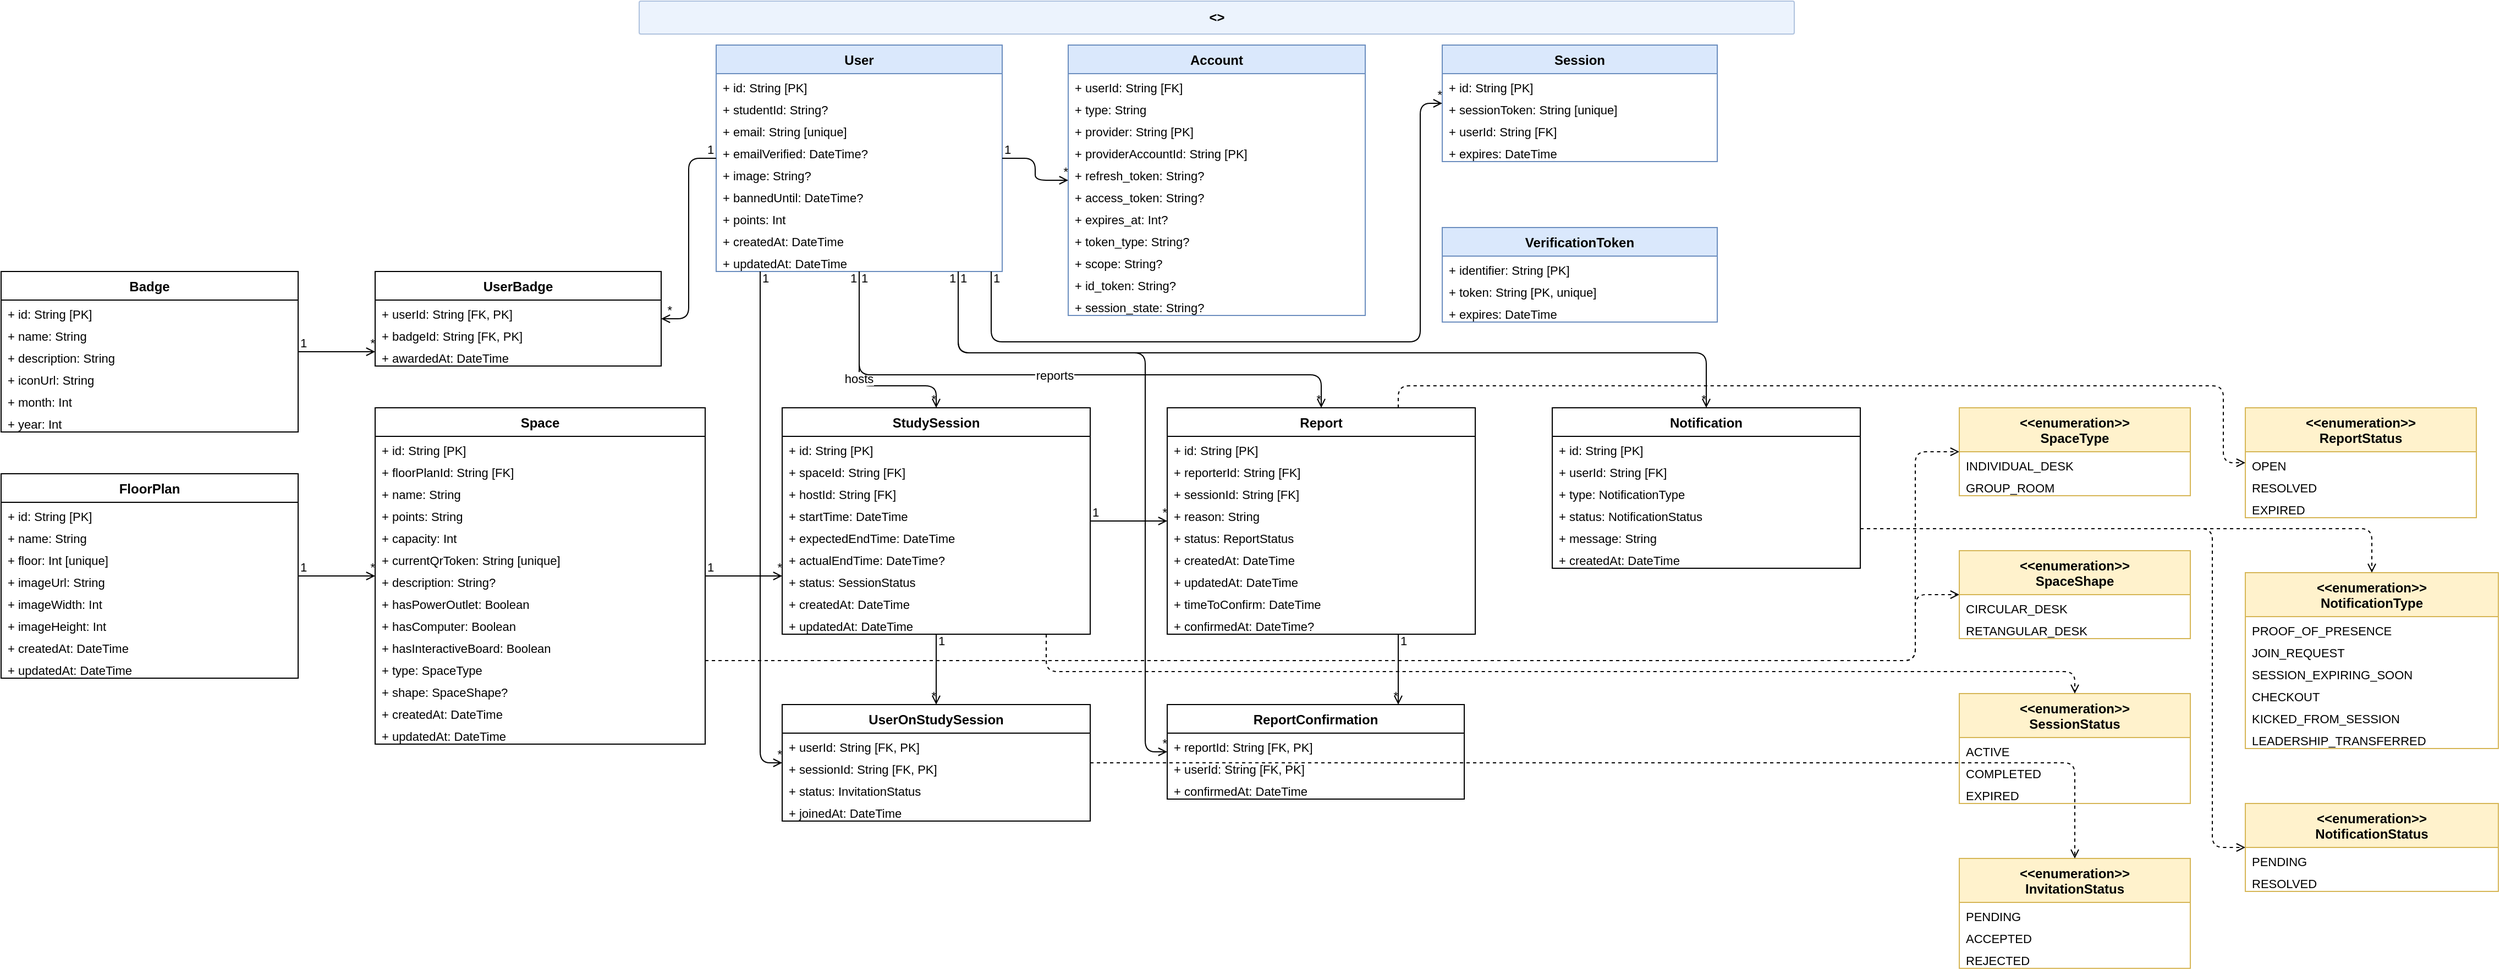
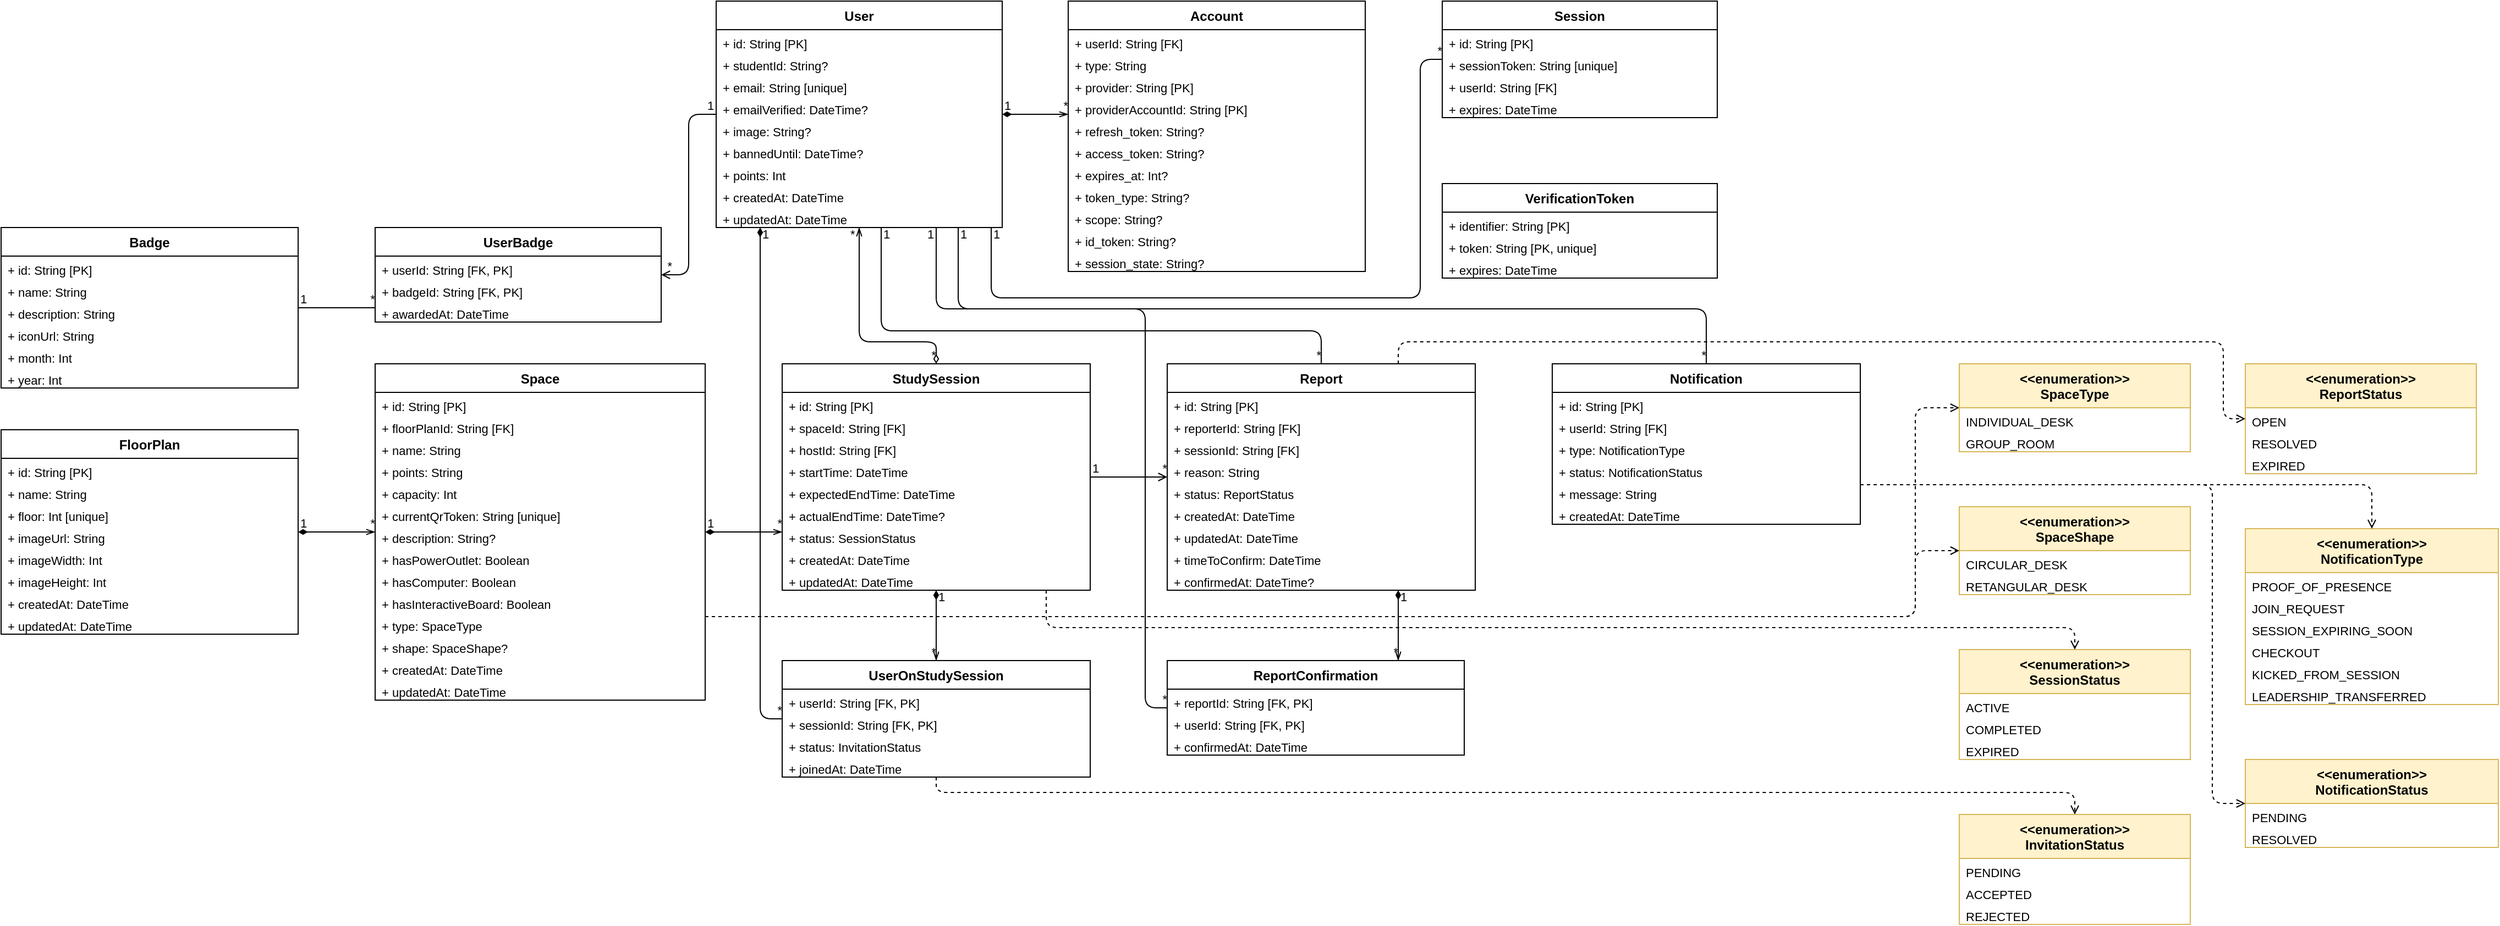
<mxfile host="65bd71144e">
    <diagram id="DdnBWMuHCvRa-rjZU-N_" name="Page-1">
-         <mxGraphModel dx="1060" dy="641" grid="1" gridSize="10" guides="1" tooltips="1" connect="1" arrows="1" fold="1" page="1" pageScale="1" pageWidth="2339" pageHeight="1654" math="0" shadow="0">
+         <mxGraphModel dx="1045" dy="518" grid="1" gridSize="10" guides="1" tooltips="1" connect="1" arrows="1" fold="1" page="1" pageScale="1" pageWidth="2339" pageHeight="1654" math="0" shadow="0">
            <root>
                <mxCell id="0"/>
                <mxCell id="1" parent="0"/>
-                 <mxCell id="767" value="&lt;&lt;NextAuth&gt;&gt;" style="text;html=1;strokeColor=#6c8ebf;fillColor=#dae8fc;align=center;verticalAlign=middle;whiteSpace=wrap;rounded=1;arcSize=5;fontSize=12;fontStyle=3;opacity=50;" vertex="1" parent="1">
-                     <mxGeometry x="650" y="30" width="1050" height="30" as="geometry"/>
-                 </mxCell>
-                 <mxCell id="768" value="User" style="swimlane;fontStyle=1;align=center;startSize=26;fillColor=#dae8fc;strokeColor=#6c8ebf;" vertex="1" parent="1">
+                 <mxCell id="768" value="User" style="swimlane;fontStyle=1;align=center;startSize=26;" vertex="1" parent="1">
                    <mxGeometry x="720" y="70" width="260" height="206" as="geometry"/>
                </mxCell>
                <mxCell id="769" value="+ id: String [PK]" style="text;strokeColor=none;fillColor=none;align=left;spacingLeft=4;fontSize=11;" vertex="1" parent="768">
                    <mxGeometry y="26" width="260" height="20" as="geometry"/>
                </mxCell>
                <mxCell id="770" value="+ studentId: String?" style="text;strokeColor=none;fillColor=none;align=left;spacingLeft=4;fontSize=11;" vertex="1" parent="768">
                    <mxGeometry y="46" width="260" height="20" as="geometry"/>
                </mxCell>
                <mxCell id="771" value="+ email: String [unique]" style="text;strokeColor=none;fillColor=none;align=left;spacingLeft=4;fontSize=11;" vertex="1" parent="768">
                    <mxGeometry y="66" width="260" height="20" as="geometry"/>
                </mxCell>
                <mxCell id="772" value="+ emailVerified: DateTime?" style="text;strokeColor=none;fillColor=none;align=left;spacingLeft=4;fontSize=11;" vertex="1" parent="768">
                    <mxGeometry y="86" width="260" height="20" as="geometry"/>
                </mxCell>
                <mxCell id="773" value="+ image: String?" style="text;strokeColor=none;fillColor=none;align=left;spacingLeft=4;fontSize=11;" vertex="1" parent="768">
                    <mxGeometry y="106" width="260" height="20" as="geometry"/>
                </mxCell>
                <mxCell id="774" value="+ bannedUntil: DateTime?" style="text;strokeColor=none;fillColor=none;align=left;spacingLeft=4;fontSize=11;" vertex="1" parent="768">
                    <mxGeometry y="126" width="260" height="20" as="geometry"/>
                </mxCell>
                <mxCell id="775" value="+ points: Int" style="text;strokeColor=none;fillColor=none;align=left;spacingLeft=4;fontSize=11;" vertex="1" parent="768">
                    <mxGeometry y="146" width="260" height="20" as="geometry"/>
                </mxCell>
                <mxCell id="776" value="+ createdAt: DateTime" style="text;strokeColor=none;fillColor=none;align=left;spacingLeft=4;fontSize=11;" vertex="1" parent="768">
                    <mxGeometry y="166" width="260" height="20" as="geometry"/>
                </mxCell>
                <mxCell id="777" value="+ updatedAt: DateTime" style="text;strokeColor=none;fillColor=none;align=left;spacingLeft=4;fontSize=11;" vertex="1" parent="768">
                    <mxGeometry y="186" width="260" height="20" as="geometry"/>
                </mxCell>
-                 <mxCell id="778" value="Account" style="swimlane;fontStyle=1;align=center;startSize=26;fillColor=#dae8fc;strokeColor=#6c8ebf;" vertex="1" parent="1">
+                 <mxCell id="778" value="Account" style="swimlane;fontStyle=1;align=center;startSize=26;" vertex="1" parent="1">
                    <mxGeometry x="1040" y="70" width="270" height="246" as="geometry"/>
                </mxCell>
                <mxCell id="779" value="+ userId: String [FK]" style="text;strokeColor=none;fillColor=none;align=left;spacingLeft=4;fontSize=11;" vertex="1" parent="778">
                    <mxGeometry y="26" width="270" height="20" as="geometry"/>
                </mxCell>
                <mxCell id="780" value="+ type: String" style="text;strokeColor=none;fillColor=none;align=left;spacingLeft=4;fontSize=11;" vertex="1" parent="778">
                    <mxGeometry y="46" width="270" height="20" as="geometry"/>
                </mxCell>
                <mxCell id="781" value="+ provider: String [PK]" style="text;strokeColor=none;fillColor=none;align=left;spacingLeft=4;fontSize=11;" vertex="1" parent="778">
                    <mxGeometry y="66" width="270" height="20" as="geometry"/>
                </mxCell>
                <mxCell id="782" value="+ providerAccountId: String [PK]" style="text;strokeColor=none;fillColor=none;align=left;spacingLeft=4;fontSize=11;" vertex="1" parent="778">
                    <mxGeometry y="86" width="270" height="20" as="geometry"/>
                </mxCell>
                <mxCell id="783" value="+ refresh_token: String?" style="text;strokeColor=none;fillColor=none;align=left;spacingLeft=4;fontSize=11;" vertex="1" parent="778">
                    <mxGeometry y="106" width="270" height="20" as="geometry"/>
                </mxCell>
                <mxCell id="784" value="+ access_token: String?" style="text;strokeColor=none;fillColor=none;align=left;spacingLeft=4;fontSize=11;" vertex="1" parent="778">
                    <mxGeometry y="126" width="270" height="20" as="geometry"/>
                </mxCell>
                <mxCell id="785" value="+ expires_at: Int?" style="text;strokeColor=none;fillColor=none;align=left;spacingLeft=4;fontSize=11;" vertex="1" parent="778">
                    <mxGeometry y="146" width="270" height="20" as="geometry"/>
                </mxCell>
                <mxCell id="786" value="+ token_type: String?" style="text;strokeColor=none;fillColor=none;align=left;spacingLeft=4;fontSize=11;" vertex="1" parent="778">
                    <mxGeometry y="166" width="270" height="20" as="geometry"/>
                </mxCell>
                <mxCell id="787" value="+ scope: String?" style="text;strokeColor=none;fillColor=none;align=left;spacingLeft=4;fontSize=11;" vertex="1" parent="778">
                    <mxGeometry y="186" width="270" height="20" as="geometry"/>
                </mxCell>
                <mxCell id="788" value="+ id_token: String?" style="text;strokeColor=none;fillColor=none;align=left;spacingLeft=4;fontSize=11;" vertex="1" parent="778">
                    <mxGeometry y="206" width="270" height="20" as="geometry"/>
                </mxCell>
                <mxCell id="789" value="+ session_state: String?" style="text;strokeColor=none;fillColor=none;align=left;spacingLeft=4;fontSize=11;" vertex="1" parent="778">
                    <mxGeometry y="226" width="270" height="20" as="geometry"/>
                </mxCell>
-                 <mxCell id="790" value="Session" style="swimlane;fontStyle=1;align=center;startSize=26;fillColor=#dae8fc;strokeColor=#6c8ebf;" vertex="1" parent="1">
+                 <mxCell id="790" value="Session" style="swimlane;fontStyle=1;align=center;startSize=26;" vertex="1" parent="1">
                    <mxGeometry x="1380" y="70" width="250" height="106" as="geometry"/>
                </mxCell>
                <mxCell id="791" value="+ id: String [PK]" style="text;strokeColor=none;fillColor=none;align=left;spacingLeft=4;fontSize=11;" vertex="1" parent="790">
                    <mxGeometry y="26" width="250" height="20" as="geometry"/>
                </mxCell>
                <mxCell id="792" value="+ sessionToken: String [unique]" style="text;strokeColor=none;fillColor=none;align=left;spacingLeft=4;fontSize=11;" vertex="1" parent="790">
                    <mxGeometry y="46" width="250" height="20" as="geometry"/>
                </mxCell>
                <mxCell id="793" value="+ userId: String [FK]" style="text;strokeColor=none;fillColor=none;align=left;spacingLeft=4;fontSize=11;" vertex="1" parent="790">
                    <mxGeometry y="66" width="250" height="20" as="geometry"/>
                </mxCell>
                <mxCell id="794" value="+ expires: DateTime" style="text;strokeColor=none;fillColor=none;align=left;spacingLeft=4;fontSize=11;" vertex="1" parent="790">
                    <mxGeometry y="86" width="250" height="20" as="geometry"/>
                </mxCell>
-                 <mxCell id="795" value="VerificationToken" style="swimlane;fontStyle=1;align=center;startSize=26;fillColor=#dae8fc;strokeColor=#6c8ebf;" vertex="1" parent="1">
+                 <mxCell id="795" value="VerificationToken" style="swimlane;fontStyle=1;align=center;startSize=26;" vertex="1" parent="1">
                    <mxGeometry x="1380" y="236" width="250" height="86" as="geometry"/>
                </mxCell>
                <mxCell id="796" value="+ identifier: String [PK]" style="text;strokeColor=none;fillColor=none;align=left;spacingLeft=4;fontSize=11;" vertex="1" parent="795">
                    <mxGeometry y="26" width="250" height="20" as="geometry"/>
                </mxCell>
                <mxCell id="797" value="+ token: String [PK, unique]" style="text;strokeColor=none;fillColor=none;align=left;spacingLeft=4;fontSize=11;" vertex="1" parent="795">
                    <mxGeometry y="46" width="250" height="20" as="geometry"/>
                </mxCell>
                <mxCell id="798" value="+ expires: DateTime" style="text;strokeColor=none;fillColor=none;align=left;spacingLeft=4;fontSize=11;" vertex="1" parent="795">
                    <mxGeometry y="66" width="250" height="20" as="geometry"/>
                </mxCell>
                <mxCell id="799" value="FloorPlan" style="swimlane;fontStyle=1;align=center;startSize=26;" vertex="1" parent="1">
                    <mxGeometry x="70" y="460" width="270" height="186" as="geometry"/>
                </mxCell>
                <mxCell id="800" value="+ id: String [PK]" style="text;strokeColor=none;fillColor=none;align=left;spacingLeft=4;fontSize=11;" vertex="1" parent="799">
                    <mxGeometry y="26" width="270" height="20" as="geometry"/>
                </mxCell>
                <mxCell id="801" value="+ name: String" style="text;strokeColor=none;fillColor=none;align=left;spacingLeft=4;fontSize=11;" vertex="1" parent="799">
                    <mxGeometry y="46" width="270" height="20" as="geometry"/>
                </mxCell>
                <mxCell id="802" value="+ floor: Int [unique]" style="text;strokeColor=none;fillColor=none;align=left;spacingLeft=4;fontSize=11;" vertex="1" parent="799">
                    <mxGeometry y="66" width="270" height="20" as="geometry"/>
                </mxCell>
                <mxCell id="803" value="+ imageUrl: String" style="text;strokeColor=none;fillColor=none;align=left;spacingLeft=4;fontSize=11;" vertex="1" parent="799">
                    <mxGeometry y="86" width="270" height="20" as="geometry"/>
                </mxCell>
                <mxCell id="804" value="+ imageWidth: Int" style="text;strokeColor=none;fillColor=none;align=left;spacingLeft=4;fontSize=11;" vertex="1" parent="799">
                    <mxGeometry y="106" width="270" height="20" as="geometry"/>
                </mxCell>
                <mxCell id="805" value="+ imageHeight: Int" style="text;strokeColor=none;fillColor=none;align=left;spacingLeft=4;fontSize=11;" vertex="1" parent="799">
                    <mxGeometry y="126" width="270" height="20" as="geometry"/>
                </mxCell>
                <mxCell id="806" value="+ createdAt: DateTime" style="text;strokeColor=none;fillColor=none;align=left;spacingLeft=4;fontSize=11;" vertex="1" parent="799">
                    <mxGeometry y="146" width="270" height="20" as="geometry"/>
                </mxCell>
                <mxCell id="807" value="+ updatedAt: DateTime" style="text;strokeColor=none;fillColor=none;align=left;spacingLeft=4;fontSize=11;" vertex="1" parent="799">
                    <mxGeometry y="166" width="270" height="20" as="geometry"/>
                </mxCell>
                <mxCell id="808" value="Space" style="swimlane;fontStyle=1;align=center;startSize=26;" vertex="1" parent="1">
                    <mxGeometry x="410" y="400" width="300" height="306" as="geometry"/>
                </mxCell>
                <mxCell id="809" value="+ id: String [PK]" style="text;strokeColor=none;fillColor=none;align=left;spacingLeft=4;fontSize=11;" vertex="1" parent="808">
                    <mxGeometry y="26" width="300" height="20" as="geometry"/>
                </mxCell>
                <mxCell id="810" value="+ floorPlanId: String [FK]" style="text;strokeColor=none;fillColor=none;align=left;spacingLeft=4;fontSize=11;" vertex="1" parent="808">
                    <mxGeometry y="46" width="300" height="20" as="geometry"/>
                </mxCell>
                <mxCell id="811" value="+ name: String" style="text;strokeColor=none;fillColor=none;align=left;spacingLeft=4;fontSize=11;" vertex="1" parent="808">
                    <mxGeometry y="66" width="300" height="20" as="geometry"/>
                </mxCell>
                <mxCell id="812" value="+ points: String" style="text;strokeColor=none;fillColor=none;align=left;spacingLeft=4;fontSize=11;" vertex="1" parent="808">
                    <mxGeometry y="86" width="300" height="20" as="geometry"/>
                </mxCell>
                <mxCell id="813" value="+ capacity: Int" style="text;strokeColor=none;fillColor=none;align=left;spacingLeft=4;fontSize=11;" vertex="1" parent="808">
                    <mxGeometry y="106" width="300" height="20" as="geometry"/>
                </mxCell>
                <mxCell id="814" value="+ currentQrToken: String [unique]" style="text;strokeColor=none;fillColor=none;align=left;spacingLeft=4;fontSize=11;" vertex="1" parent="808">
                    <mxGeometry y="126" width="300" height="20" as="geometry"/>
                </mxCell>
                <mxCell id="815" value="+ description: String?" style="text;strokeColor=none;fillColor=none;align=left;spacingLeft=4;fontSize=11;" vertex="1" parent="808">
                    <mxGeometry y="146" width="300" height="20" as="geometry"/>
                </mxCell>
                <mxCell id="816" value="+ hasPowerOutlet: Boolean" style="text;strokeColor=none;fillColor=none;align=left;spacingLeft=4;fontSize=11;" vertex="1" parent="808">
                    <mxGeometry y="166" width="300" height="20" as="geometry"/>
                </mxCell>
                <mxCell id="817" value="+ hasComputer: Boolean" style="text;strokeColor=none;fillColor=none;align=left;spacingLeft=4;fontSize=11;" vertex="1" parent="808">
                    <mxGeometry y="186" width="300" height="20" as="geometry"/>
                </mxCell>
                <mxCell id="818" value="+ hasInteractiveBoard: Boolean" style="text;strokeColor=none;fillColor=none;align=left;spacingLeft=4;fontSize=11;" vertex="1" parent="808">
                    <mxGeometry y="206" width="300" height="20" as="geometry"/>
                </mxCell>
                <mxCell id="819" value="+ type: SpaceType" style="text;strokeColor=none;fillColor=none;align=left;spacingLeft=4;fontSize=11;" vertex="1" parent="808">
                    <mxGeometry y="226" width="300" height="20" as="geometry"/>
                </mxCell>
                <mxCell id="820" value="+ shape: SpaceShape?" style="text;strokeColor=none;fillColor=none;align=left;spacingLeft=4;fontSize=11;" vertex="1" parent="808">
                    <mxGeometry y="246" width="300" height="20" as="geometry"/>
                </mxCell>
                <mxCell id="821" value="+ createdAt: DateTime" style="text;strokeColor=none;fillColor=none;align=left;spacingLeft=4;fontSize=11;" vertex="1" parent="808">
                    <mxGeometry y="266" width="300" height="20" as="geometry"/>
                </mxCell>
                <mxCell id="822" value="+ updatedAt: DateTime" style="text;strokeColor=none;fillColor=none;align=left;spacingLeft=4;fontSize=11;" vertex="1" parent="808">
                    <mxGeometry y="286" width="300" height="20" as="geometry"/>
                </mxCell>
                <mxCell id="823" value="StudySession" style="swimlane;fontStyle=1;align=center;startSize=26;" vertex="1" parent="1">
                    <mxGeometry x="780" y="400" width="280" height="206" as="geometry"/>
                </mxCell>
                <mxCell id="824" value="+ id: String [PK]" style="text;strokeColor=none;fillColor=none;align=left;spacingLeft=4;fontSize=11;" vertex="1" parent="823">
                    <mxGeometry y="26" width="280" height="20" as="geometry"/>
                </mxCell>
                <mxCell id="825" value="+ spaceId: String [FK]" style="text;strokeColor=none;fillColor=none;align=left;spacingLeft=4;fontSize=11;" vertex="1" parent="823">
                    <mxGeometry y="46" width="280" height="20" as="geometry"/>
                </mxCell>
                <mxCell id="826" value="+ hostId: String [FK]" style="text;strokeColor=none;fillColor=none;align=left;spacingLeft=4;fontSize=11;" vertex="1" parent="823">
                    <mxGeometry y="66" width="280" height="20" as="geometry"/>
                </mxCell>
                <mxCell id="827" value="+ startTime: DateTime" style="text;strokeColor=none;fillColor=none;align=left;spacingLeft=4;fontSize=11;" vertex="1" parent="823">
                    <mxGeometry y="86" width="280" height="20" as="geometry"/>
                </mxCell>
                <mxCell id="828" value="+ expectedEndTime: DateTime" style="text;strokeColor=none;fillColor=none;align=left;spacingLeft=4;fontSize=11;" vertex="1" parent="823">
                    <mxGeometry y="106" width="280" height="20" as="geometry"/>
                </mxCell>
                <mxCell id="829" value="+ actualEndTime: DateTime?" style="text;strokeColor=none;fillColor=none;align=left;spacingLeft=4;fontSize=11;" vertex="1" parent="823">
                    <mxGeometry y="126" width="280" height="20" as="geometry"/>
                </mxCell>
                <mxCell id="830" value="+ status: SessionStatus" style="text;strokeColor=none;fillColor=none;align=left;spacingLeft=4;fontSize=11;" vertex="1" parent="823">
                    <mxGeometry y="146" width="280" height="20" as="geometry"/>
                </mxCell>
                <mxCell id="831" value="+ createdAt: DateTime" style="text;strokeColor=none;fillColor=none;align=left;spacingLeft=4;fontSize=11;" vertex="1" parent="823">
                    <mxGeometry y="166" width="280" height="20" as="geometry"/>
                </mxCell>
                <mxCell id="832" value="+ updatedAt: DateTime" style="text;strokeColor=none;fillColor=none;align=left;spacingLeft=4;fontSize=11;" vertex="1" parent="823">
                    <mxGeometry y="186" width="280" height="20" as="geometry"/>
                </mxCell>
                <mxCell id="833" value="UserOnStudySession" style="swimlane;fontStyle=1;align=center;startSize=26;" vertex="1" parent="1">
                    <mxGeometry x="780" y="670" width="280" height="106" as="geometry"/>
                </mxCell>
                <mxCell id="834" value="+ userId: String [FK, PK]" style="text;strokeColor=none;fillColor=none;align=left;spacingLeft=4;fontSize=11;" vertex="1" parent="833">
                    <mxGeometry y="26" width="280" height="20" as="geometry"/>
                </mxCell>
                <mxCell id="835" value="+ sessionId: String [FK, PK]" style="text;strokeColor=none;fillColor=none;align=left;spacingLeft=4;fontSize=11;" vertex="1" parent="833">
                    <mxGeometry y="46" width="280" height="20" as="geometry"/>
                </mxCell>
                <mxCell id="836" value="+ status: InvitationStatus" style="text;strokeColor=none;fillColor=none;align=left;spacingLeft=4;fontSize=11;" vertex="1" parent="833">
                    <mxGeometry y="66" width="280" height="20" as="geometry"/>
                </mxCell>
                <mxCell id="837" value="+ joinedAt: DateTime" style="text;strokeColor=none;fillColor=none;align=left;spacingLeft=4;fontSize=11;" vertex="1" parent="833">
                    <mxGeometry y="86" width="280" height="20" as="geometry"/>
                </mxCell>
                <mxCell id="838" value="Report" style="swimlane;fontStyle=1;align=center;startSize=26;" vertex="1" parent="1">
                    <mxGeometry x="1130" y="400" width="280" height="206" as="geometry"/>
                </mxCell>
                <mxCell id="839" value="+ id: String [PK]" style="text;strokeColor=none;fillColor=none;align=left;spacingLeft=4;fontSize=11;" vertex="1" parent="838">
                    <mxGeometry y="26" width="280" height="20" as="geometry"/>
                </mxCell>
                <mxCell id="840" value="+ reporterId: String [FK]" style="text;strokeColor=none;fillColor=none;align=left;spacingLeft=4;fontSize=11;" vertex="1" parent="838">
                    <mxGeometry y="46" width="280" height="20" as="geometry"/>
                </mxCell>
                <mxCell id="841" value="+ sessionId: String [FK]" style="text;strokeColor=none;fillColor=none;align=left;spacingLeft=4;fontSize=11;" vertex="1" parent="838">
                    <mxGeometry y="66" width="280" height="20" as="geometry"/>
                </mxCell>
                <mxCell id="842" value="+ reason: String" style="text;strokeColor=none;fillColor=none;align=left;spacingLeft=4;fontSize=11;" vertex="1" parent="838">
                    <mxGeometry y="86" width="280" height="20" as="geometry"/>
                </mxCell>
                <mxCell id="843" value="+ status: ReportStatus" style="text;strokeColor=none;fillColor=none;align=left;spacingLeft=4;fontSize=11;" vertex="1" parent="838">
                    <mxGeometry y="106" width="280" height="20" as="geometry"/>
                </mxCell>
                <mxCell id="844" value="+ createdAt: DateTime" style="text;strokeColor=none;fillColor=none;align=left;spacingLeft=4;fontSize=11;" vertex="1" parent="838">
                    <mxGeometry y="126" width="280" height="20" as="geometry"/>
                </mxCell>
                <mxCell id="845" value="+ updatedAt: DateTime" style="text;strokeColor=none;fillColor=none;align=left;spacingLeft=4;fontSize=11;" vertex="1" parent="838">
                    <mxGeometry y="146" width="280" height="20" as="geometry"/>
                </mxCell>
                <mxCell id="846" value="+ timeToConfirm: DateTime" style="text;strokeColor=none;fillColor=none;align=left;spacingLeft=4;fontSize=11;" vertex="1" parent="838">
                    <mxGeometry y="166" width="280" height="20" as="geometry"/>
                </mxCell>
                <mxCell id="847" value="+ confirmedAt: DateTime?" style="text;strokeColor=none;fillColor=none;align=left;spacingLeft=4;fontSize=11;" vertex="1" parent="838">
                    <mxGeometry y="186" width="280" height="20" as="geometry"/>
                </mxCell>
                <mxCell id="848" value="ReportConfirmation" style="swimlane;fontStyle=1;align=center;startSize=26;" vertex="1" parent="1">
                    <mxGeometry x="1130" y="670" width="270" height="86" as="geometry"/>
                </mxCell>
                <mxCell id="849" value="+ reportId: String [FK, PK]" style="text;strokeColor=none;fillColor=none;align=left;spacingLeft=4;fontSize=11;" vertex="1" parent="848">
                    <mxGeometry y="26" width="270" height="20" as="geometry"/>
                </mxCell>
                <mxCell id="850" value="+ userId: String [FK, PK]" style="text;strokeColor=none;fillColor=none;align=left;spacingLeft=4;fontSize=11;" vertex="1" parent="848">
                    <mxGeometry y="46" width="270" height="20" as="geometry"/>
                </mxCell>
                <mxCell id="851" value="+ confirmedAt: DateTime" style="text;strokeColor=none;fillColor=none;align=left;spacingLeft=4;fontSize=11;" vertex="1" parent="848">
                    <mxGeometry y="66" width="270" height="20" as="geometry"/>
                </mxCell>
                <mxCell id="852" value="Notification" style="swimlane;fontStyle=1;align=center;startSize=26;" vertex="1" parent="1">
                    <mxGeometry x="1480" y="400" width="280" height="146" as="geometry"/>
                </mxCell>
                <mxCell id="853" value="+ id: String [PK]" style="text;strokeColor=none;fillColor=none;align=left;spacingLeft=4;fontSize=11;" vertex="1" parent="852">
                    <mxGeometry y="26" width="280" height="20" as="geometry"/>
                </mxCell>
                <mxCell id="854" value="+ userId: String [FK]" style="text;strokeColor=none;fillColor=none;align=left;spacingLeft=4;fontSize=11;" vertex="1" parent="852">
                    <mxGeometry y="46" width="280" height="20" as="geometry"/>
                </mxCell>
                <mxCell id="855" value="+ type: NotificationType" style="text;strokeColor=none;fillColor=none;align=left;spacingLeft=4;fontSize=11;" vertex="1" parent="852">
                    <mxGeometry y="66" width="280" height="20" as="geometry"/>
                </mxCell>
                <mxCell id="856" value="+ status: NotificationStatus" style="text;strokeColor=none;fillColor=none;align=left;spacingLeft=4;fontSize=11;" vertex="1" parent="852">
                    <mxGeometry y="86" width="280" height="20" as="geometry"/>
                </mxCell>
                <mxCell id="857" value="+ message: String" style="text;strokeColor=none;fillColor=none;align=left;spacingLeft=4;fontSize=11;" vertex="1" parent="852">
                    <mxGeometry y="106" width="280" height="20" as="geometry"/>
                </mxCell>
                <mxCell id="858" value="+ createdAt: DateTime" style="text;strokeColor=none;fillColor=none;align=left;spacingLeft=4;fontSize=11;" vertex="1" parent="852">
                    <mxGeometry y="126" width="280" height="20" as="geometry"/>
                </mxCell>
                <mxCell id="859" value="Badge" style="swimlane;fontStyle=1;align=center;startSize=26;" vertex="1" parent="1">
                    <mxGeometry x="70" y="276" width="270" height="146" as="geometry"/>
                </mxCell>
                <mxCell id="860" value="+ id: String [PK]" style="text;strokeColor=none;fillColor=none;align=left;spacingLeft=4;fontSize=11;" vertex="1" parent="859">
                    <mxGeometry y="26" width="270" height="20" as="geometry"/>
                </mxCell>
                <mxCell id="861" value="+ name: String" style="text;strokeColor=none;fillColor=none;align=left;spacingLeft=4;fontSize=11;" vertex="1" parent="859">
                    <mxGeometry y="46" width="270" height="20" as="geometry"/>
                </mxCell>
                <mxCell id="862" value="+ description: String" style="text;strokeColor=none;fillColor=none;align=left;spacingLeft=4;fontSize=11;" vertex="1" parent="859">
                    <mxGeometry y="66" width="270" height="20" as="geometry"/>
                </mxCell>
                <mxCell id="863" value="+ iconUrl: String" style="text;strokeColor=none;fillColor=none;align=left;spacingLeft=4;fontSize=11;" vertex="1" parent="859">
                    <mxGeometry y="86" width="270" height="20" as="geometry"/>
                </mxCell>
                <mxCell id="864" value="+ month: Int" style="text;strokeColor=none;fillColor=none;align=left;spacingLeft=4;fontSize=11;" vertex="1" parent="859">
                    <mxGeometry y="106" width="270" height="20" as="geometry"/>
                </mxCell>
                <mxCell id="865" value="+ year: Int" style="text;strokeColor=none;fillColor=none;align=left;spacingLeft=4;fontSize=11;" vertex="1" parent="859">
                    <mxGeometry y="126" width="270" height="20" as="geometry"/>
                </mxCell>
                <mxCell id="866" value="UserBadge" style="swimlane;fontStyle=1;align=center;startSize=26;" vertex="1" parent="1">
                    <mxGeometry x="410" y="276" width="260" height="86" as="geometry"/>
                </mxCell>
                <mxCell id="867" value="+ userId: String [FK, PK]" style="text;strokeColor=none;fillColor=none;align=left;spacingLeft=4;fontSize=11;" vertex="1" parent="866">
                    <mxGeometry y="26" width="260" height="20" as="geometry"/>
                </mxCell>
                <mxCell id="868" value="+ badgeId: String [FK, PK]" style="text;strokeColor=none;fillColor=none;align=left;spacingLeft=4;fontSize=11;" vertex="1" parent="866">
                    <mxGeometry y="46" width="260" height="20" as="geometry"/>
                </mxCell>
                <mxCell id="869" value="+ awardedAt: DateTime" style="text;strokeColor=none;fillColor=none;align=left;spacingLeft=4;fontSize=11;" vertex="1" parent="866">
                    <mxGeometry y="66" width="260" height="20" as="geometry"/>
                </mxCell>
                <mxCell id="870" value="&lt;&lt;enumeration&gt;&gt;&#xa;SpaceType" style="swimlane;fontStyle=1;align=center;startSize=40;fillColor=#fff2cc;strokeColor=#d6b656;" vertex="1" parent="1">
                    <mxGeometry x="1850" y="400" width="210" height="80" as="geometry"/>
                </mxCell>
                <mxCell id="871" value="INDIVIDUAL_DESK" style="text;strokeColor=none;fillColor=none;align=left;spacingLeft=4;fontSize=11;" vertex="1" parent="870">
                    <mxGeometry y="40" width="210" height="20" as="geometry"/>
                </mxCell>
                <mxCell id="872" value="GROUP_ROOM" style="text;strokeColor=none;fillColor=none;align=left;spacingLeft=4;fontSize=11;" vertex="1" parent="870">
                    <mxGeometry y="60" width="210" height="20" as="geometry"/>
                </mxCell>
                <mxCell id="873" value="&lt;&lt;enumeration&gt;&gt;&#xa;SpaceShape" style="swimlane;fontStyle=1;align=center;startSize=40;fillColor=#fff2cc;strokeColor=#d6b656;" vertex="1" parent="1">
                    <mxGeometry x="1850" y="530" width="210" height="80" as="geometry"/>
                </mxCell>
                <mxCell id="874" value="CIRCULAR_DESK" style="text;strokeColor=none;fillColor=none;align=left;spacingLeft=4;fontSize=11;" vertex="1" parent="873">
                    <mxGeometry y="40" width="210" height="20" as="geometry"/>
                </mxCell>
                <mxCell id="875" value="RETANGULAR_DESK" style="text;strokeColor=none;fillColor=none;align=left;spacingLeft=4;fontSize=11;" vertex="1" parent="873">
                    <mxGeometry y="60" width="210" height="20" as="geometry"/>
                </mxCell>
                <mxCell id="876" value="&lt;&lt;enumeration&gt;&gt;&#xa;SessionStatus" style="swimlane;fontStyle=1;align=center;startSize=40;fillColor=#fff2cc;strokeColor=#d6b656;" vertex="1" parent="1">
                    <mxGeometry x="1850" y="660" width="210" height="100" as="geometry"/>
                </mxCell>
                <mxCell id="877" value="ACTIVE" style="text;strokeColor=none;fillColor=none;align=left;spacingLeft=4;fontSize=11;" vertex="1" parent="876">
                    <mxGeometry y="40" width="210" height="20" as="geometry"/>
                </mxCell>
                <mxCell id="878" value="COMPLETED" style="text;strokeColor=none;fillColor=none;align=left;spacingLeft=4;fontSize=11;" vertex="1" parent="876">
                    <mxGeometry y="60" width="210" height="20" as="geometry"/>
                </mxCell>
                <mxCell id="879" value="EXPIRED" style="text;strokeColor=none;fillColor=none;align=left;spacingLeft=4;fontSize=11;" vertex="1" parent="876">
                    <mxGeometry y="80" width="210" height="20" as="geometry"/>
                </mxCell>
                <mxCell id="880" value="&lt;&lt;enumeration&gt;&gt;&#xa;InvitationStatus" style="swimlane;fontStyle=1;align=center;startSize=40;fillColor=#fff2cc;strokeColor=#d6b656;" vertex="1" parent="1">
                    <mxGeometry x="1850" y="810" width="210" height="100" as="geometry"/>
                </mxCell>
                <mxCell id="881" value="PENDING" style="text;strokeColor=none;fillColor=none;align=left;spacingLeft=4;fontSize=11;" vertex="1" parent="880">
                    <mxGeometry y="40" width="210" height="20" as="geometry"/>
                </mxCell>
                <mxCell id="882" value="ACCEPTED" style="text;strokeColor=none;fillColor=none;align=left;spacingLeft=4;fontSize=11;" vertex="1" parent="880">
                    <mxGeometry y="60" width="210" height="20" as="geometry"/>
                </mxCell>
                <mxCell id="883" value="REJECTED" style="text;strokeColor=none;fillColor=none;align=left;spacingLeft=4;fontSize=11;" vertex="1" parent="880">
                    <mxGeometry y="80" width="210" height="20" as="geometry"/>
                </mxCell>
                <mxCell id="884" value="&lt;&lt;enumeration&gt;&gt;&#xa;ReportStatus" style="swimlane;fontStyle=1;align=center;startSize=40;fillColor=#fff2cc;strokeColor=#d6b656;" vertex="1" parent="1">
                    <mxGeometry x="2110" y="400" width="210" height="100" as="geometry"/>
                </mxCell>
                <mxCell id="885" value="OPEN" style="text;strokeColor=none;fillColor=none;align=left;spacingLeft=4;fontSize=11;" vertex="1" parent="884">
                    <mxGeometry y="40" width="210" height="20" as="geometry"/>
                </mxCell>
                <mxCell id="886" value="RESOLVED" style="text;strokeColor=none;fillColor=none;align=left;spacingLeft=4;fontSize=11;" vertex="1" parent="884">
                    <mxGeometry y="60" width="210" height="20" as="geometry"/>
                </mxCell>
                <mxCell id="887" value="EXPIRED" style="text;strokeColor=none;fillColor=none;align=left;spacingLeft=4;fontSize=11;" vertex="1" parent="884">
                    <mxGeometry y="80" width="210" height="20" as="geometry"/>
                </mxCell>
                <mxCell id="888" value="&lt;&lt;enumeration&gt;&gt;&#xa;NotificationType" style="swimlane;fontStyle=1;align=center;startSize=40;fillColor=#fff2cc;strokeColor=#d6b656;" vertex="1" parent="1">
                    <mxGeometry x="2110" y="550" width="230" height="160" as="geometry"/>
                </mxCell>
                <mxCell id="889" value="PROOF_OF_PRESENCE" style="text;strokeColor=none;fillColor=none;align=left;spacingLeft=4;fontSize=11;" vertex="1" parent="888">
                    <mxGeometry y="40" width="230" height="20" as="geometry"/>
                </mxCell>
                <mxCell id="890" value="JOIN_REQUEST" style="text;strokeColor=none;fillColor=none;align=left;spacingLeft=4;fontSize=11;" vertex="1" parent="888">
                    <mxGeometry y="60" width="230" height="20" as="geometry"/>
                </mxCell>
                <mxCell id="891" value="SESSION_EXPIRING_SOON" style="text;strokeColor=none;fillColor=none;align=left;spacingLeft=4;fontSize=11;" vertex="1" parent="888">
                    <mxGeometry y="80" width="230" height="20" as="geometry"/>
                </mxCell>
                <mxCell id="892" value="CHECKOUT" style="text;strokeColor=none;fillColor=none;align=left;spacingLeft=4;fontSize=11;" vertex="1" parent="888">
                    <mxGeometry y="100" width="230" height="20" as="geometry"/>
                </mxCell>
                <mxCell id="893" value="KICKED_FROM_SESSION" style="text;strokeColor=none;fillColor=none;align=left;spacingLeft=4;fontSize=11;" vertex="1" parent="888">
                    <mxGeometry y="120" width="230" height="20" as="geometry"/>
                </mxCell>
                <mxCell id="894" value="LEADERSHIP_TRANSFERRED" style="text;strokeColor=none;fillColor=none;align=left;spacingLeft=4;fontSize=11;" vertex="1" parent="888">
                    <mxGeometry y="140" width="230" height="20" as="geometry"/>
                </mxCell>
                <mxCell id="895" value="&lt;&lt;enumeration&gt;&gt;&#xa;NotificationStatus" style="swimlane;fontStyle=1;align=center;startSize=40;fillColor=#fff2cc;strokeColor=#d6b656;" vertex="1" parent="1">
                    <mxGeometry x="2110" y="760" width="230" height="80" as="geometry"/>
                </mxCell>
                <mxCell id="896" value="PENDING" style="text;strokeColor=none;fillColor=none;align=left;spacingLeft=4;fontSize=11;" vertex="1" parent="895">
                    <mxGeometry y="40" width="230" height="20" as="geometry"/>
                </mxCell>
                <mxCell id="897" value="RESOLVED" style="text;strokeColor=none;fillColor=none;align=left;spacingLeft=4;fontSize=11;" vertex="1" parent="895">
                    <mxGeometry y="60" width="230" height="20" as="geometry"/>
                </mxCell>
-                 <mxCell id="898" value="" style="edgeStyle=orthogonalEdgeStyle;endArrow=open;endFill=0;" edge="1" parent="1" source="768" target="778">
-                     <mxGeometry relative="1" as="geometry"/>
+                 <mxCell id="898" value="" style="edgeStyle=orthogonalEdgeStyle;endArrow=openThin;endFill=0;startArrow=diamondThin;startFill=1;" edge="1" parent="1" source="768" target="778">
+                     <mxGeometry relative="1" as="geometry">
+                         <Array as="points">
+                             <mxPoint x="980" y="170"/>
+                             <mxPoint x="980" y="170"/>
+                         </Array>
+                     </mxGeometry>
                </mxCell>
                <mxCell id="899" value="1" style="resizable=0;html=1;align=left;verticalAlign=bottom;labelBackgroundColor=none;fontSize=11;" connectable="0" vertex="1" parent="898">
                    <mxGeometry x="-1" relative="1" as="geometry">
                        <mxPoint as="offset"/>
                    </mxGeometry>
                </mxCell>
                <mxCell id="900" value="*" style="resizable=0;html=1;align=right;verticalAlign=bottom;labelBackgroundColor=none;fontSize=11;" connectable="0" vertex="1" parent="898">
                    <mxGeometry x="1" relative="1" as="geometry">
                        <mxPoint as="offset"/>
                    </mxGeometry>
                </mxCell>
-                 <mxCell id="901" value="" style="edgeStyle=orthogonalEdgeStyle;endArrow=open;endFill=0;" edge="1" parent="1" source="768" target="790">
+                 <mxCell id="901" value="" style="edgeStyle=orthogonalEdgeStyle;endArrow=none;endFill=0;startArrow=none;startFill=0;" edge="1" parent="1" source="768" target="790">
                    <mxGeometry relative="1" as="geometry">
                        <Array as="points">
                            <mxPoint x="970" y="340"/>
                            <mxPoint x="1360" y="340"/>
                            <mxPoint x="1360" y="123"/>
                        </Array>
                    </mxGeometry>
                </mxCell>
                <mxCell id="902" value="1" style="resizable=0;html=1;align=left;verticalAlign=bottom;labelBackgroundColor=none;fontSize=11;" connectable="0" vertex="1" parent="901">
                    <mxGeometry x="-1" relative="1" as="geometry">
                        <mxPoint y="14" as="offset"/>
                    </mxGeometry>
                </mxCell>
                <mxCell id="903" value="*" style="resizable=0;html=1;align=right;verticalAlign=bottom;labelBackgroundColor=none;fontSize=11;" connectable="0" vertex="1" parent="901">
                    <mxGeometry x="1" relative="1" as="geometry">
                        <mxPoint as="offset"/>
                    </mxGeometry>
                </mxCell>
-                 <mxCell id="904" value="" style="edgeStyle=orthogonalEdgeStyle;endArrow=open;endFill=0;" edge="1" parent="1" source="799" target="808">
+                 <mxCell id="904" value="" style="edgeStyle=orthogonalEdgeStyle;endArrow=openThin;endFill=0;startArrow=diamondThin;startFill=1;" edge="1" parent="1" source="799" target="808">
                    <mxGeometry relative="1" as="geometry"/>
                </mxCell>
                <mxCell id="905" value="1" style="resizable=0;html=1;align=left;verticalAlign=bottom;labelBackgroundColor=none;fontSize=11;" connectable="0" vertex="1" parent="904">
                    <mxGeometry x="-1" relative="1" as="geometry">
                        <mxPoint as="offset"/>
                    </mxGeometry>
                </mxCell>
                <mxCell id="906" value="*" style="resizable=0;html=1;align=right;verticalAlign=bottom;labelBackgroundColor=none;fontSize=11;" connectable="0" vertex="1" parent="904">
                    <mxGeometry x="1" relative="1" as="geometry">
                        <mxPoint as="offset"/>
                    </mxGeometry>
                </mxCell>
-                 <mxCell id="907" value="" style="edgeStyle=orthogonalEdgeStyle;endArrow=open;endFill=0;" edge="1" parent="1" source="808" target="823">
+                 <mxCell id="907" value="" style="edgeStyle=orthogonalEdgeStyle;endArrow=openThin;endFill=0;startArrow=diamondThin;startFill=1;" edge="1" parent="1" source="808" target="823">
                    <mxGeometry relative="1" as="geometry">
                        <Array as="points">
                            <mxPoint x="760" y="553"/>
                            <mxPoint x="760" y="553"/>
                        </Array>
                    </mxGeometry>
                </mxCell>
                <mxCell id="908" value="1" style="resizable=0;html=1;align=left;verticalAlign=bottom;labelBackgroundColor=none;fontSize=11;" connectable="0" vertex="1" parent="907">
                    <mxGeometry x="-1" relative="1" as="geometry">
                        <mxPoint as="offset"/>
                    </mxGeometry>
                </mxCell>
                <mxCell id="909" value="*" style="resizable=0;html=1;align=right;verticalAlign=bottom;labelBackgroundColor=none;fontSize=11;" connectable="0" vertex="1" parent="907">
                    <mxGeometry x="1" relative="1" as="geometry">
                        <mxPoint as="offset"/>
                    </mxGeometry>
                </mxCell>
-                 <mxCell id="910" value="hosts" style="edgeStyle=orthogonalEdgeStyle;endArrow=open;endFill=0;" edge="1" parent="1" source="768" target="823">
+                 <mxCell id="910" value="" style="edgeStyle=orthogonalEdgeStyle;endArrow=diamondThin;endFill=0;startArrow=openThin;startFill=0;" edge="1" parent="1" source="768" target="823">
                    <mxGeometry relative="1" as="geometry">
                        <Array as="points">
                            <mxPoint x="850" y="380"/>
                            <mxPoint x="920" y="380"/>
                        </Array>
                    </mxGeometry>
                </mxCell>
-                 <mxCell id="911" value="1" style="resizable=0;html=1;align=left;verticalAlign=bottom;labelBackgroundColor=none;fontSize=11;" connectable="0" vertex="1" parent="910">
+                 <mxCell id="911" value="*" style="resizable=0;html=1;align=left;verticalAlign=bottom;labelBackgroundColor=none;fontSize=11;" connectable="0" vertex="1" parent="910">
                    <mxGeometry x="-1" relative="1" as="geometry">
                        <mxPoint x="-10" y="14" as="offset"/>
                    </mxGeometry>
                </mxCell>
                <mxCell id="912" value="*" style="resizable=0;html=1;align=right;verticalAlign=bottom;labelBackgroundColor=none;fontSize=11;" connectable="0" vertex="1" parent="910">
                    <mxGeometry x="1" relative="1" as="geometry">
                        <mxPoint as="offset"/>
                    </mxGeometry>
                </mxCell>
-                 <mxCell id="913" value="" style="edgeStyle=orthogonalEdgeStyle;endArrow=open;endFill=0;" edge="1" parent="1" source="823" target="833">
+                 <mxCell id="913" value="" style="edgeStyle=orthogonalEdgeStyle;endArrow=openThin;endFill=0;startArrow=diamondThin;startFill=1;" edge="1" parent="1" source="823" target="833">
                    <mxGeometry relative="1" as="geometry"/>
                </mxCell>
                <mxCell id="914" value="1" style="resizable=0;html=1;align=left;verticalAlign=bottom;labelBackgroundColor=none;fontSize=11;" connectable="0" vertex="1" parent="913">
                    <mxGeometry x="-1" relative="1" as="geometry">
                        <mxPoint y="14" as="offset"/>
                    </mxGeometry>
                </mxCell>
                <mxCell id="915" value="*" style="resizable=0;html=1;align=right;verticalAlign=bottom;labelBackgroundColor=none;fontSize=11;" connectable="0" vertex="1" parent="913">
                    <mxGeometry x="1" relative="1" as="geometry">
                        <mxPoint as="offset"/>
                    </mxGeometry>
                </mxCell>
-                 <mxCell id="916" value="" style="edgeStyle=orthogonalEdgeStyle;endArrow=open;endFill=0;" edge="1" parent="1" source="768" target="833">
+                 <mxCell id="916" value="" style="edgeStyle=orthogonalEdgeStyle;endArrow=none;endFill=0;startArrow=diamondThin;startFill=1;" edge="1" parent="1" source="768" target="833">
                    <mxGeometry relative="1" as="geometry">
                        <Array as="points">
                            <mxPoint x="760" y="723"/>
                        </Array>
                    </mxGeometry>
                </mxCell>
                <mxCell id="917" value="1" style="resizable=0;html=1;align=left;verticalAlign=bottom;labelBackgroundColor=none;fontSize=11;" connectable="0" vertex="1" parent="916">
                    <mxGeometry x="-1" relative="1" as="geometry">
                        <mxPoint y="14" as="offset"/>
                    </mxGeometry>
                </mxCell>
                <mxCell id="918" value="*" style="resizable=0;html=1;align=right;verticalAlign=bottom;labelBackgroundColor=none;fontSize=11;" connectable="0" vertex="1" parent="916">
                    <mxGeometry x="1" relative="1" as="geometry">
                        <mxPoint as="offset"/>
                    </mxGeometry>
                </mxCell>
                <mxCell id="919" value="" style="edgeStyle=orthogonalEdgeStyle;endArrow=open;endFill=0;" edge="1" parent="1" source="823" target="838">
                    <mxGeometry relative="1" as="geometry"/>
                </mxCell>
                <mxCell id="920" value="1" style="resizable=0;html=1;align=left;verticalAlign=bottom;labelBackgroundColor=none;fontSize=11;" connectable="0" vertex="1" parent="919">
                    <mxGeometry x="-1" relative="1" as="geometry">
                        <mxPoint as="offset"/>
                    </mxGeometry>
                </mxCell>
                <mxCell id="921" value="*" style="resizable=0;html=1;align=right;verticalAlign=bottom;labelBackgroundColor=none;fontSize=11;" connectable="0" vertex="1" parent="919">
                    <mxGeometry x="1" relative="1" as="geometry">
                        <mxPoint as="offset"/>
                    </mxGeometry>
                </mxCell>
-                 <mxCell id="922" value="reports" style="edgeStyle=orthogonalEdgeStyle;endArrow=open;endFill=0;" edge="1" parent="1" source="768" target="838">
-                     <mxGeometry relative="1" as="geometry">
-                         <Array as="points">
-                             <mxPoint x="850" y="370"/>
+                 <mxCell id="922" value="" style="edgeStyle=orthogonalEdgeStyle;endArrow=none;endFill=0;" edge="1" parent="1" source="768" target="838">
+                     <mxGeometry x="0.0008" relative="1" as="geometry">
+                         <Array as="points">
+                             <mxPoint x="870" y="370"/>
                            <mxPoint x="1270" y="370"/>
                        </Array>
+                         <mxPoint as="offset"/>
                    </mxGeometry>
                </mxCell>
                <mxCell id="923" value="1" style="resizable=0;html=1;align=left;verticalAlign=bottom;labelBackgroundColor=none;fontSize=11;" connectable="0" vertex="1" parent="922">
                    <mxGeometry x="-1" relative="1" as="geometry">
                        <mxPoint y="14" as="offset"/>
                    </mxGeometry>
                </mxCell>
                <mxCell id="924" value="*" style="resizable=0;html=1;align=right;verticalAlign=bottom;labelBackgroundColor=none;fontSize=11;" connectable="0" vertex="1" parent="922">
                    <mxGeometry x="1" relative="1" as="geometry">
                        <mxPoint as="offset"/>
                    </mxGeometry>
                </mxCell>
-                 <mxCell id="925" value="" style="edgeStyle=orthogonalEdgeStyle;endArrow=open;endFill=0;exitX=0.75;exitY=1;exitDx=0;exitDy=0;" edge="1" parent="1" source="847">
+                 <mxCell id="925" value="" style="edgeStyle=orthogonalEdgeStyle;endArrow=openThin;endFill=0;exitX=0.75;exitY=1;exitDx=0;exitDy=0;startArrow=diamondThin;startFill=1;" edge="1" parent="1" source="847">
                    <mxGeometry relative="1" as="geometry">
                        <Array as="points">
                            <mxPoint x="1340" y="670"/>
                        </Array>
                        <mxPoint x="1340" y="670" as="targetPoint"/>
                    </mxGeometry>
                </mxCell>
                <mxCell id="926" value="1" style="resizable=0;html=1;align=left;verticalAlign=bottom;labelBackgroundColor=none;fontSize=11;" connectable="0" vertex="1" parent="925">
                    <mxGeometry x="-1" relative="1" as="geometry">
                        <mxPoint y="14" as="offset"/>
                    </mxGeometry>
                </mxCell>
                <mxCell id="927" value="*" style="resizable=0;html=1;align=right;verticalAlign=bottom;labelBackgroundColor=none;fontSize=11;" connectable="0" vertex="1" parent="925">
                    <mxGeometry x="1" relative="1" as="geometry">
                        <mxPoint as="offset"/>
                    </mxGeometry>
                </mxCell>
-                 <mxCell id="928" value="" style="edgeStyle=orthogonalEdgeStyle;endArrow=open;endFill=0;" edge="1" parent="1" source="768" target="848">
+                 <mxCell id="928" value="" style="edgeStyle=orthogonalEdgeStyle;endArrow=none;endFill=0;" edge="1" parent="1" source="768" target="848">
                    <mxGeometry relative="1" as="geometry">
                        <Array as="points">
                            <mxPoint x="940" y="350"/>
                            <mxPoint x="1110" y="350"/>
                            <mxPoint x="1110" y="713"/>
                        </Array>
                    </mxGeometry>
                </mxCell>
                <mxCell id="929" value="1" style="resizable=0;html=1;align=left;verticalAlign=bottom;labelBackgroundColor=none;fontSize=11;" connectable="0" vertex="1" parent="928">
                    <mxGeometry x="-1" relative="1" as="geometry">
                        <mxPoint y="14" as="offset"/>
                    </mxGeometry>
                </mxCell>
                <mxCell id="930" value="*" style="resizable=0;html=1;align=right;verticalAlign=bottom;labelBackgroundColor=none;fontSize=11;" connectable="0" vertex="1" parent="928">
                    <mxGeometry x="1" relative="1" as="geometry">
                        <mxPoint as="offset"/>
                    </mxGeometry>
                </mxCell>
-                 <mxCell id="931" value="" style="edgeStyle=orthogonalEdgeStyle;endArrow=open;endFill=0;" edge="1" parent="1" source="768" target="852">
-                     <mxGeometry relative="1" as="geometry">
-                         <Array as="points">
-                             <mxPoint x="940" y="350"/>
+                 <mxCell id="931" value="" style="edgeStyle=orthogonalEdgeStyle;endArrow=none;endFill=0;" edge="1" parent="1" source="768" target="852">
+                     <mxGeometry relative="1" as="geometry">
+                         <Array as="points">
+                             <mxPoint x="920" y="350"/>
                            <mxPoint x="1620" y="350"/>
                        </Array>
                    </mxGeometry>
                </mxCell>
                <mxCell id="932" value="1" style="resizable=0;html=1;align=left;verticalAlign=bottom;labelBackgroundColor=none;fontSize=11;" connectable="0" vertex="1" parent="931">
                    <mxGeometry x="-1" relative="1" as="geometry">
                        <mxPoint x="-10" y="14" as="offset"/>
                    </mxGeometry>
                </mxCell>
                <mxCell id="933" value="*" style="resizable=0;html=1;align=right;verticalAlign=bottom;labelBackgroundColor=none;fontSize=11;" connectable="0" vertex="1" parent="931">
                    <mxGeometry x="1" relative="1" as="geometry">
                        <mxPoint as="offset"/>
                    </mxGeometry>
                </mxCell>
                <mxCell id="934" value="" style="edgeStyle=orthogonalEdgeStyle;endArrow=open;endFill=0;" edge="1" parent="1" source="768" target="866">
                    <mxGeometry relative="1" as="geometry"/>
                </mxCell>
                <mxCell id="935" value="1" style="resizable=0;html=1;align=left;verticalAlign=bottom;labelBackgroundColor=none;fontSize=11;" connectable="0" vertex="1" parent="934">
                    <mxGeometry x="-1" relative="1" as="geometry">
                        <mxPoint x="-10" as="offset"/>
                    </mxGeometry>
                </mxCell>
                <mxCell id="936" value="*" style="resizable=0;html=1;align=right;verticalAlign=bottom;labelBackgroundColor=none;fontSize=11;" connectable="0" vertex="1" parent="934">
                    <mxGeometry x="1" relative="1" as="geometry">
                        <mxPoint x="10" as="offset"/>
                    </mxGeometry>
                </mxCell>
-                 <mxCell id="937" value="" style="edgeStyle=orthogonalEdgeStyle;endArrow=open;endFill=0;" edge="1" parent="1" source="859" target="866">
+                 <mxCell id="937" value="" style="edgeStyle=orthogonalEdgeStyle;endArrow=none;endFill=0;" edge="1" parent="1" source="859" target="866">
                    <mxGeometry relative="1" as="geometry">
                        <Array as="points">
                            <mxPoint x="205" y="320"/>
                        </Array>
                    </mxGeometry>
                </mxCell>
                <mxCell id="938" value="1" style="resizable=0;html=1;align=left;verticalAlign=bottom;labelBackgroundColor=none;fontSize=11;" connectable="0" vertex="1" parent="937">
                    <mxGeometry x="-1" relative="1" as="geometry">
                        <mxPoint as="offset"/>
                    </mxGeometry>
                </mxCell>
                <mxCell id="939" value="*" style="resizable=0;html=1;align=right;verticalAlign=bottom;labelBackgroundColor=none;fontSize=11;" connectable="0" vertex="1" parent="937">
                    <mxGeometry x="1" relative="1" as="geometry">
                        <mxPoint as="offset"/>
                    </mxGeometry>
                </mxCell>
                <mxCell id="940" value="" style="edgeStyle=orthogonalEdgeStyle;dashed=1;endArrow=open;endFill=0;" edge="1" parent="1" source="808" target="870">
                    <mxGeometry relative="1" as="geometry">
                        <Array as="points">
                            <mxPoint x="1810" y="630"/>
                            <mxPoint x="1810" y="440"/>
                        </Array>
                    </mxGeometry>
                </mxCell>
                <mxCell id="941" value="" style="edgeStyle=orthogonalEdgeStyle;dashed=1;endArrow=open;endFill=0;" edge="1" parent="1" source="808" target="873">
                    <mxGeometry relative="1" as="geometry">
                        <Array as="points">
                            <mxPoint x="1810" y="630"/>
                            <mxPoint x="1810" y="570"/>
                        </Array>
                    </mxGeometry>
                </mxCell>
                <mxCell id="942" value="" style="edgeStyle=orthogonalEdgeStyle;dashed=1;endArrow=open;endFill=0;" edge="1" parent="1" source="823" target="876">
                    <mxGeometry relative="1" as="geometry">
                        <Array as="points">
                            <mxPoint x="1020" y="640"/>
                            <mxPoint x="1955" y="640"/>
                        </Array>
                    </mxGeometry>
                </mxCell>
                <mxCell id="943" value="" style="edgeStyle=orthogonalEdgeStyle;dashed=1;endArrow=open;endFill=0;" edge="1" parent="1" source="833" target="880">
-                     <mxGeometry relative="1" as="geometry"/>
+                     <mxGeometry relative="1" as="geometry">
+                         <Array as="points">
+                             <mxPoint x="920" y="790"/>
+                             <mxPoint x="1955" y="790"/>
+                         </Array>
+                     </mxGeometry>
                </mxCell>
                <mxCell id="944" value="" style="edgeStyle=orthogonalEdgeStyle;dashed=1;endArrow=open;endFill=0;exitX=0.75;exitY=0;exitDx=0;exitDy=0;" edge="1" parent="1" source="838" target="884">
                    <mxGeometry relative="1" as="geometry">
                        <Array as="points">
                            <mxPoint x="1340" y="380"/>
                            <mxPoint x="2090" y="380"/>
                            <mxPoint x="2090" y="450"/>
                        </Array>
                    </mxGeometry>
                </mxCell>
                <mxCell id="945" value="" style="edgeStyle=orthogonalEdgeStyle;dashed=1;endArrow=open;endFill=0;" edge="1" parent="1" source="852" target="888">
                    <mxGeometry relative="1" as="geometry">
                        <Array as="points">
                            <mxPoint x="2225" y="510"/>
                        </Array>
                    </mxGeometry>
                </mxCell>
                <mxCell id="946" value="" style="edgeStyle=orthogonalEdgeStyle;dashed=1;endArrow=open;endFill=0;" edge="1" parent="1" source="852" target="895">
                    <mxGeometry relative="1" as="geometry">
                        <Array as="points">
                            <mxPoint x="2080" y="510"/>
                            <mxPoint x="2080" y="800"/>
                        </Array>
                    </mxGeometry>
                </mxCell>
            </root>
        </mxGraphModel>
    </diagram>
</mxfile>
